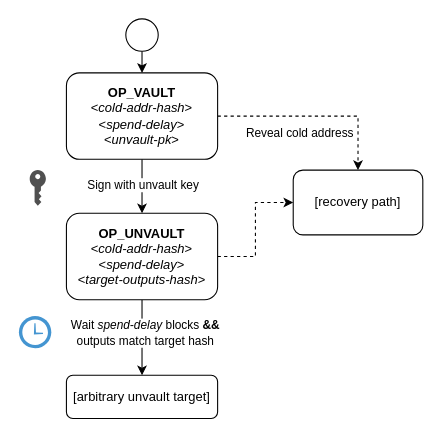
The draw.io diagram page "Basic flow" (1 of 5) of figures/vaults.drawio in jamesob/vaults-covenants-paper, before the edit. Source tidied: cells renumbered, new cells numbered last; positions are measured from the earlier drawing's top-left corner, leaving out a move shared by most shapes. Both pictures are drawn from the tidied source at 108%, with x=0, y=0 at pixel (18, 18).
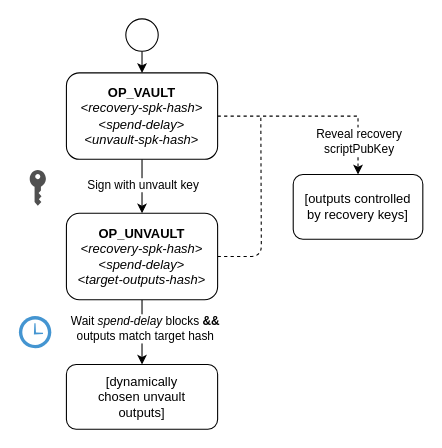
After the change.

Diff of the diagram source:
```diff
@@
 <mxGraphModel>
   <root>
     <mxCell id="0" />
     <mxCell id="1" parent="0" />
     <mxCell id="2" style="edgeStyle=orthogonalEdgeStyle;rounded=0;jettySize=auto;html=1;" parent="1" edge="1" source="6" target="11">
       <mxGeometry relative="1" as="geometry" />
     </mxCell>
     <mxCell id="3" value="&lt;div&gt;Sign with unvault key&lt;/div&gt;" style="edgeLabel;html=1;align=center;verticalAlign=middle;" parent="2" vertex="1">
       <mxGeometry x="-0.31" y="-1" relative="1" as="geometry">
         <mxPoint x="1" y="6" as="offset" />
       </mxGeometry>
     </mxCell>
     <mxCell id="4" style="edgeStyle=orthogonalEdgeStyle;rounded=0;jettySize=auto;html=1;exitX=1;exitY=0.5;exitDx=0;exitDy=0;strokeColor=default;dashed=1;" parent="1" edge="1" source="6" target="7">
       <mxGeometry relative="1" as="geometry" />
     </mxCell>
-    <mxCell id="5" value="Reveal cold address" style="edgeLabel;html=1;align=center;verticalAlign=middle;" parent="4" vertex="1">
+    <mxCell id="5" value="Reveal recovery &lt;br&gt;scriptPubKey" style="edgeLabel;html=1;align=center;verticalAlign=middle;" parent="4" vertex="1">
       <mxGeometry x="-0.17" y="2" relative="1" as="geometry">
-        <mxPoint y="17" as="offset" />
+        <mxPoint x="54" y="25" as="offset" />
       </mxGeometry>
     </mxCell>
-    <mxCell id="6" value="&lt;div&gt;&lt;b&gt;OP_VAULT&lt;/b&gt;&lt;/div&gt;&lt;div&gt;&amp;lt;&lt;i&gt;cold-addr-hash&lt;/i&gt;&amp;gt;&lt;/div&gt;&lt;div&gt;&amp;lt;&lt;i&gt;spend-delay&lt;/i&gt;&amp;gt;&lt;/div&gt;&lt;div&gt;&amp;lt;&lt;i&gt;unvault-pk&lt;/i&gt;&amp;gt;&lt;br&gt;&lt;/div&gt;" style="rounded=1;whiteSpace=wrap;html=1;labelPosition=center;verticalLabelPosition=middle;align=center;verticalAlign=middle;" parent="1" vertex="1">
+    <mxCell id="6" value="&lt;div&gt;&lt;b&gt;OP_VAULT&lt;/b&gt;&lt;/div&gt;&lt;div&gt;&lt;i&gt;&amp;lt;recovery-spk-hash&amp;gt;&lt;/i&gt;&lt;/div&gt;&lt;div&gt;&amp;lt;&lt;i&gt;spend-delay&lt;/i&gt;&amp;gt;&lt;/div&gt;&lt;div&gt;&amp;lt;&lt;i&gt;unvault-spk-hash&lt;/i&gt;&amp;gt;&lt;br&gt;&lt;/div&gt;" style="rounded=1;whiteSpace=wrap;html=1;labelPosition=center;verticalLabelPosition=middle;align=center;verticalAlign=middle;" parent="1" vertex="1">
       <mxGeometry x="44" y="50" width="140" height="80" as="geometry" />
     </mxCell>
-    <mxCell id="7" value="[recovery path]" style="rounded=1;whiteSpace=wrap;html=1;" parent="1" vertex="1">
-      <mxGeometry x="254" y="140" width="120" height="60" as="geometry" />
+    <mxCell id="7" value="[outputs controlled &lt;br&gt;by recovery keys]" style="rounded=1;whiteSpace=wrap;html=1;" parent="1" vertex="1">
+      <mxGeometry x="254" y="144" width="120" height="60" as="geometry" />
     </mxCell>
-    <mxCell id="8" style="edgeStyle=orthogonalEdgeStyle;rounded=0;jettySize=auto;html=1;exitX=1;exitY=0.5;exitDx=0;exitDy=0;entryX=0;entryY=0.5;entryDx=0;entryDy=0;dashed=1;strokeColor=default;" parent="1" edge="1" source="11" target="7">
-      <mxGeometry relative="1" as="geometry" />
+    <mxCell id="8" style="edgeStyle=orthogonalEdgeStyle;jettySize=auto;html=1;exitX=1;exitY=0.5;exitDx=0;exitDy=0;dashed=1;strokeColor=default;endArrow=none;endFill=0;rounded=1;" parent="1" edge="1" source="11">
+      <mxGeometry relative="1" as="geometry">
+        <mxPoint x="224" y="90" as="targetPoint" />
+      </mxGeometry>
     </mxCell>
     <mxCell id="9" style="edgeStyle=orthogonalEdgeStyle;rounded=0;jettySize=auto;html=1;strokeColor=default;" parent="1" edge="1" source="11" target="12">
       <mxGeometry relative="1" as="geometry" />
     </mxCell>
     <mxCell id="10" value="&lt;div&gt;Wait &lt;i&gt;spend-delay&lt;/i&gt; blocks &lt;b&gt;&amp;amp;&amp;amp;&lt;/b&gt;&lt;br&gt;&lt;/div&gt;&lt;div&gt;outputs match target hash&lt;br&gt;&lt;/div&gt;" style="edgeLabel;html=1;align=center;verticalAlign=middle;" parent="9" vertex="1">
       <mxGeometry x="-0.3" y="2" relative="1" as="geometry">
         <mxPoint y="5" as="offset" />
       </mxGeometry>
     </mxCell>
-    <mxCell id="11" value="&lt;div&gt;&lt;b&gt;OP_UNVAULT&lt;/b&gt;&lt;/div&gt;&lt;div&gt;&amp;lt;&lt;i&gt;cold-addr-hash&lt;/i&gt;&amp;gt;&lt;/div&gt;&lt;div&gt;&amp;lt;&lt;i&gt;spend-delay&lt;/i&gt;&amp;gt;&lt;/div&gt;&lt;div&gt;&amp;lt;&lt;i&gt;target-outputs-hash&lt;/i&gt;&amp;gt;&lt;br&gt;&lt;/div&gt;" style="rounded=1;whiteSpace=wrap;html=1;" parent="1" vertex="1">
+    <mxCell id="11" value="&lt;div&gt;&lt;b&gt;OP_UNVAULT&lt;/b&gt;&lt;/div&gt;&lt;div&gt;&lt;i&gt;&amp;lt;recovery-spk-hash&amp;gt;&lt;/i&gt;&lt;/div&gt;&lt;div&gt;&amp;lt;&lt;i&gt;spend-delay&lt;/i&gt;&amp;gt;&lt;/div&gt;&lt;div&gt;&amp;lt;&lt;i&gt;target-outputs-hash&lt;/i&gt;&amp;gt;&lt;br&gt;&lt;/div&gt;" style="rounded=1;whiteSpace=wrap;html=1;" parent="1" vertex="1">
       <mxGeometry x="44" y="180" width="140" height="80" as="geometry" />
     </mxCell>
-    <mxCell id="12" value="[arbitrary unvault target]" style="rounded=1;whiteSpace=wrap;html=1;" parent="1" vertex="1">
-      <mxGeometry x="44" y="330" width="140" height="40" as="geometry" />
+    <mxCell id="12" value="[dynamically &lt;br&gt;chosen unvault&lt;br&gt;outputs]" style="rounded=1;whiteSpace=wrap;html=1;" parent="1" vertex="1">
+      <mxGeometry x="44" y="320" width="140" height="60" as="geometry" />
     </mxCell>
     <mxCell id="13" style="edgeStyle=orthogonalEdgeStyle;rounded=0;jettySize=auto;html=1;exitX=0.5;exitY=1;exitDx=0;exitDy=0;exitPerimeter=0;entryX=0.5;entryY=0;entryDx=0;entryDy=0;strokeColor=default;" parent="1" edge="1" source="14" target="6">
       <mxGeometry relative="1" as="geometry" />
     </mxCell>
     <mxCell id="14" style="points=[[0.145,0.145,0],[0.5,0,0],[0.855,0.145,0],[1,0.5,0],[0.855,0.855,0],[0.5,1,0],[0.145,0.855,0],[0,0.5,0]];shape=mxgraph.bpmn.event;html=1;verticalLabelPosition=bottom;labelBackgroundColor=#ffffff;verticalAlign=top;align=center;perimeter=ellipsePerimeter;outlineConnect=0;outline=standard;symbol=general;rounded=1;" parent="1" vertex="1">
       <mxGeometry x="99" width="30" height="30" as="geometry" />
     </mxCell>
     <mxCell id="15" style="shadow=0;dashed=0;html=1;strokeColor=none;fillColor=#4495D1;labelPosition=center;verticalLabelPosition=bottom;verticalAlign=top;align=center;shape=mxgraph.veeam.time;" parent="1" vertex="1">
       <mxGeometry y="275" width="30" height="30" as="geometry" />
     </mxCell>
     <mxCell id="16" style="sketch=0;shadow=0;dashed=0;html=1;strokeColor=none;fillColor=#505050;labelPosition=center;verticalLabelPosition=bottom;verticalAlign=top;align=center;shape=mxgraph.office.security.key_permissions;" parent="1" vertex="1">
       <mxGeometry x="10" y="140" width="15" height="33" as="geometry" />
     </mxCell>
   </root>
 </mxGraphModel>
```
